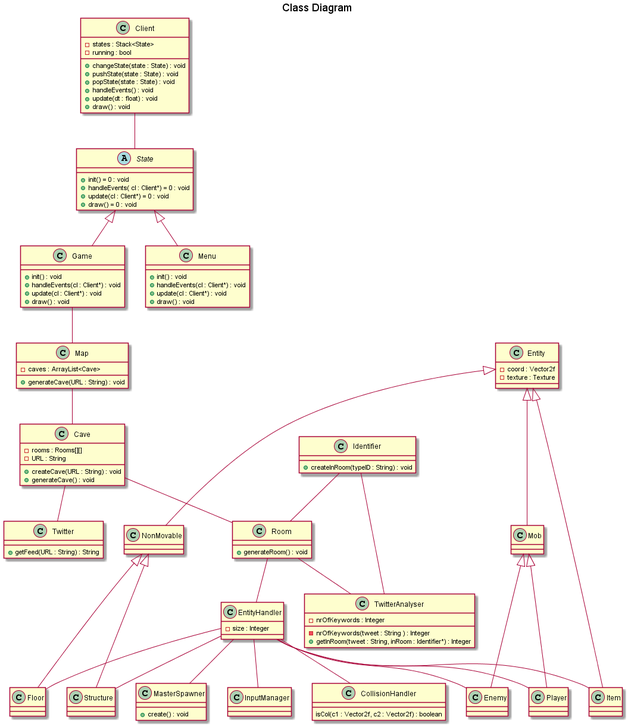
Before: Assignments/AssignmentTwo/Class Diagram/classDiagaram.png, a diagram exported from PlantUML (Henkebot/OOD-PA1415-Sallad). Source of this version:
```plantuml
@startuml
title Class Diagram

class Client {
	 -states : Stack<State>
	 -running : bool

	 +changeState(state : State) : void
	 +pushState(state : State) : void
	 +popState(state : State) : void
	 +handleEvents() : void
	 +update(dt : float) : void
	 +draw() : void
}

abstract class State {
	+init() = 0 : void
	+handleEvents( cl : Client*) = 0 : void
	+update(cl : Client*) = 0 : void
	+draw() = 0 : void
}


class Game {
	+init() : void
	+handleEvents(cl : Client*) : void
	+update(cl : Client*) : void
	+draw() : void
}

class Menu {
	+init() : void
	+handleEvents(cl : Client*) : void
	+update(cl : Client*) : void
	+draw() : void
}

class Map {
	-caves : ArrayList<Cave>
	+generateCave(URL : String) : void
}

class Cave {
	-rooms : Rooms[][]
	-URL : String

	+createCave(URL : String) : void
	+generateCave() : void
}

class Twitter {
	+getFeed(URL : String) : String
}

class Room {
	+generateRoom() : void
}

class TwitterAnalyser {
	-nrOfKeywords : Integer

	-nrOfKeywords(tweet : String ) : Integer
	+getInRoom(tweet : String, inRoom : Identifier*) : Integer
}

class Identifier {
	+createInRoom(typeID : String) : void
}

class EntityHandler {
	-size : Integer
}

class CollisionHandler {
	isCol(c1 : Vector2f, c2 : Vector2f) : boolean
}

class MasterSpawner {
	+create() : void
}

class InputManager {

}

class Entity {
	-coord : Vector2f
	-texture : Texture


}

class Mob {

}

class Player {

}


class Enemy {

}

class Item {

}

class NonMovable {

}

class Floor {

}

class Structure {

}

Client -- State

State <|-- Game
State <|-- Menu

Game -- Map

Map -- Cave

Cave -- Twitter
Cave -- Room

Room -- TwitterAnalyser
Room -- EntityHandler


Identifier -- TwitterAnalyser
Identifier -- Room

EntityHandler -- CollisionHandler
EntityHandler -- MasterSpawner
EntityHandler -- InputManager
EntityHandler -- Player
EntityHandler -- Enemy
EntityHandler -- Item
EntityHandler -- Floor
EntityHandler -- Structure

Entity <|--- Mob
Entity <|--- Item
Entity <|--- NonMovable

Mob <|--- Player
Mob <|--- Enemy

NonMovable <|--- Floor
NonMovable <|--- Structure


@enduml
```
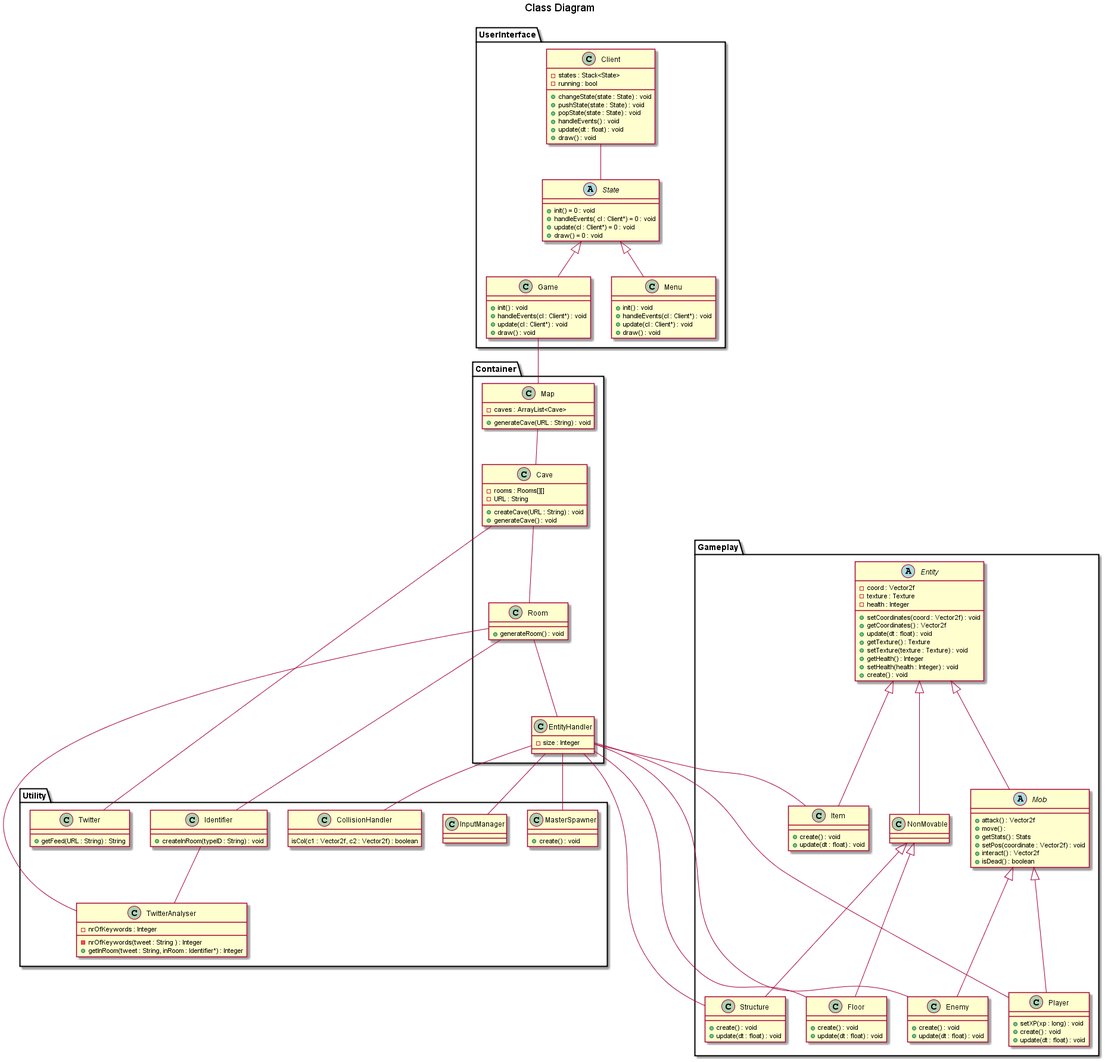
Above is the later version.

Commit message:
New class Diagram

Diff of the diagram source:
```diff
@@ -1,5 +1,43 @@
 @startuml
 title Class Diagram
+
+package UserInterface {
+	class Client
+	abstract class State
+	class Game
+	class Menu
+}
+
+package Container {
+	class Map
+	class Cave
+	class EntityHandler
+	class Room
+}
+
+
+package Utility {
+	class Twitter
+	class MasterSpawner
+	class InputManager
+	class CollisionHandler
+	class TwitterAnalyser
+	class Identifier
+}
+
+package Gameplay {
+	class Enemy
+	class Player
+	class Item
+	class Structure
+	class Floor
+	class Mob
+	class NonMovable
+	class Entity
+}
+
+
+
 
 class Client {
 	 -states : Stack<State>
@@ -83,28 +121,49 @@
 
 }
 
-class Entity {
+abstract class Entity {
 	-coord : Vector2f
 	-texture : Texture
+	-health : Integer
+	+setCoordinates(coord : Vector2f) : void
+	+getCoordinates() : Vector2f
+
+	+update(dt : float) : void
+	+getTexture() : Texture
+	+setTexture(texture : Texture) : void
+
+	+getHealth() : Integer
+	+setHealth(health : Integer) : void
+	+create() : void
 
 
 }
 
-class Mob {
-
+abstract class Mob {
++attack() : Vector2f
++move() :
++getStats() : Stats
++setPos(coordinate : Vector2f) : void
++interact() : Vector2f
++isDead() : boolean
 }
 
 class Player {
-
++setXP(xp : long) : void
++create() : void
++update(dt : float) : void
 }
 
 
 class Enemy {
++create() : void
++update(dt : float) : void
 
 }
 
 class Item {
-
++create() : void
++update(dt : float) : void
 }
 
 class NonMovable {
@@ -112,11 +171,13 @@
 }
 
 class Floor {
-
++create() : void
++update(dt : float) : void
 }
 
 class Structure {
-
++create() : void
++update(dt : float) : void
 }
 
 Client -- State
```
